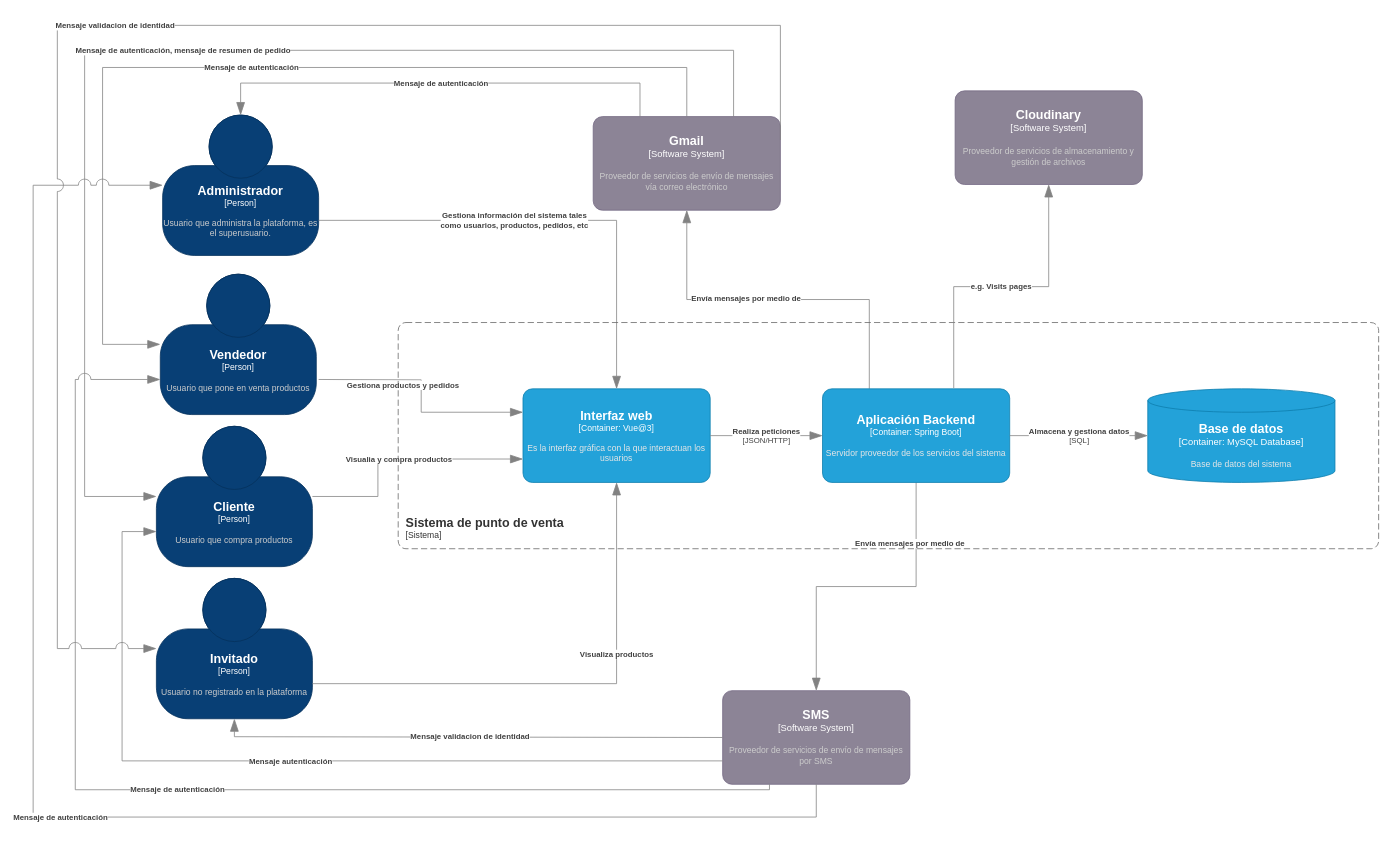
Above: page "Contenedores" (2 of 5) of Diagrama/c4CarsiShop.drawio in EmilianoChofis/c4CarsiShop (draw.io), before the change. Source tidied: cells renumbered, new cells numbered last; positions are measured from the earlier drawing's top-left corner, leaving out a move shared by most shapes. Both pictures are drawn from the tidied source at 78%, with x=0, y=0 at pixel (33, 25).
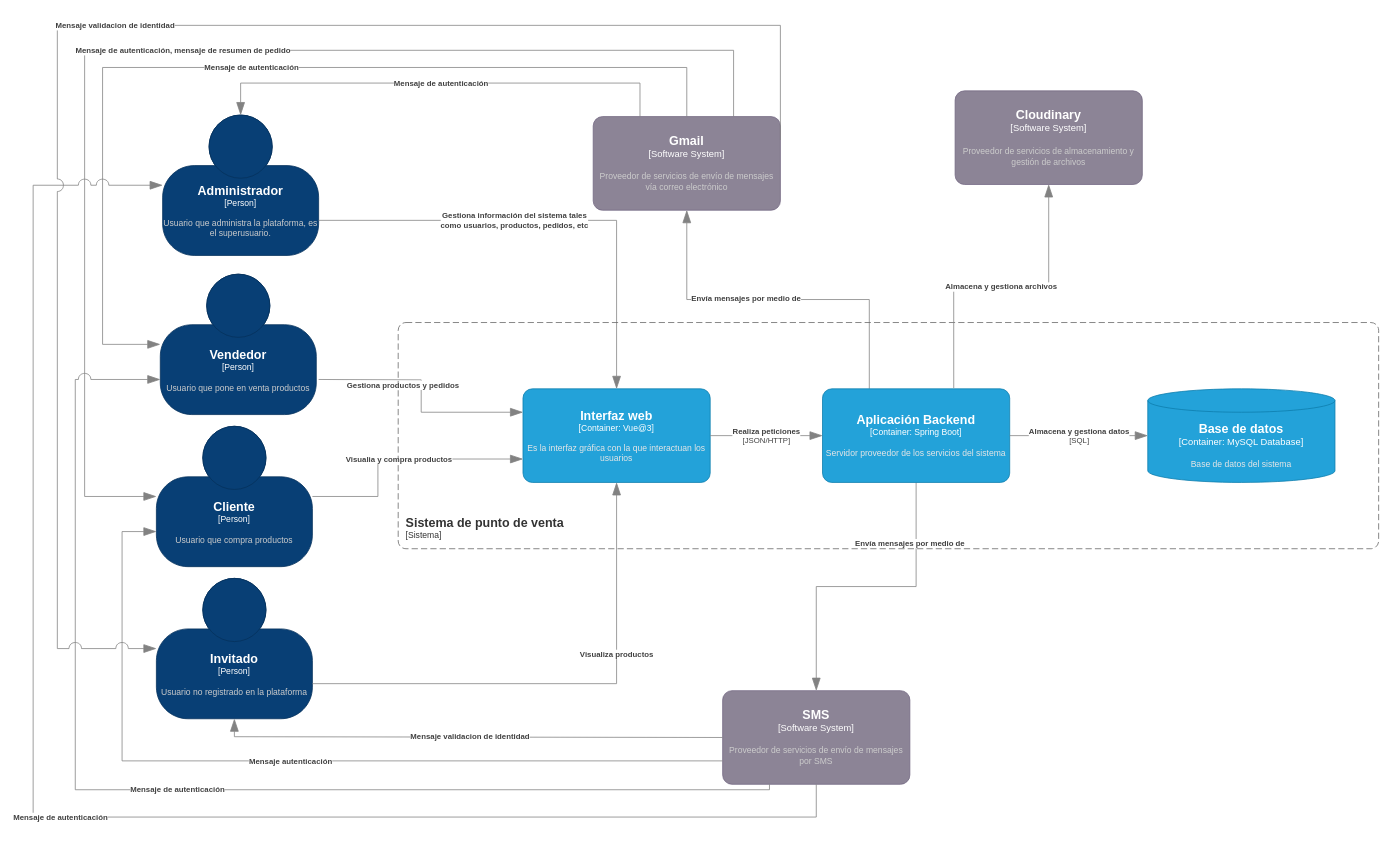
Above is the later version.

Unchanged cells that the change refers to:
```xml
<object id="7" label="&lt;font style=&quot;font-size: 16px&quot;&gt;&lt;b&gt;%c4Name%&lt;/b&gt;&lt;/font&gt;&lt;div&gt;[%c4Type%]&lt;/div&gt;&lt;br&gt;&lt;div&gt;&lt;font style=&quot;font-size: 11px&quot;&gt;&lt;font color=&quot;#cccccc&quot;&gt;%c4Description%&lt;/font&gt;&lt;/div&gt;" c4Description="Proveedor de servicios de almacenamiento y gestión de archivos" c4Name="Cloudinary" c4Type="Software System" placeholders="1">
  <mxCell style="rounded=1;whiteSpace=wrap;html=1;labelBackgroundColor=none;fillColor=#8C8496;fontColor=#ffffff;align=center;arcSize=10;strokeColor=#736782;points=[[0.25,0,0],[0.5,0,0],[0.75,0,0],[1,0.25,0],[1,0.5,0],[1,0.75,0],[0.75,1,0],[0.5,1,0],[0.25,1,0],[0,0.75,0],[0,0.5,0],[0,0.25,0]];" parent="1" vertex="1">
    <mxGeometry x="1182" y="84" width="240" height="120" as="geometry" />
  </mxCell>
</object>
<object id="26" label="&lt;font style=&quot;font-size: 16px&quot;&gt;&lt;b&gt;%c4Name%&lt;/b&gt;&lt;/font&gt;&lt;div&gt;[%c4Type%: %c4Technology%]&lt;/div&gt;&lt;br&gt;&lt;div&gt;&lt;font style=&quot;font-size: 11px&quot;&gt;&lt;font color=&quot;#E6E6E6&quot;&gt;%c4Description%&lt;/font&gt;&lt;/div&gt;" c4Description="Servidor proveedor de los servicios del sistema" c4Name="Aplicación Backend" c4Technology="Spring Boot" c4Type="Container" placeholders="1">
  <mxCell style="rounded=1;whiteSpace=wrap;html=1;fontSize=11;labelBackgroundColor=none;fillColor=#23A2D9;fontColor=#ffffff;align=center;arcSize=10;strokeColor=#0E7DAD;points=[[0.25,0,0],[0.5,0,0],[0.75,0,0],[1,0.25,0],[1,0.5,0],[1,0.75,0],[0.75,1,0],[0.5,1,0],[0.25,1,0],[0,0.75,0],[0,0.5,0],[0,0.25,0]];" parent="1" vertex="1">
    <mxGeometry x="1012" y="466" width="240" height="120" as="geometry" />
  </mxCell>
</object>
```

Change to the diagram source:
```diff
@@
-    <object id="29" label="&lt;div style=&quot;text-align: left&quot;&gt;&lt;div style=&quot;text-align: center&quot;&gt;&lt;b&gt;%c4Description%&lt;/b&gt;&lt;/div&gt;" c4Description="e.g. Visits pages" placeholders="1">
+    <object id="29" label="&lt;div style=&quot;text-align: left&quot;&gt;&lt;div style=&quot;text-align: center&quot;&gt;&lt;b&gt;%c4Description%&lt;/b&gt;&lt;/div&gt;" c4Description="Almacena y gestiona archivos" placeholders="1">
       <mxCell style="endArrow=blockThin;html=1;fontSize=10;fontColor=#404040;strokeWidth=1;endFill=1;strokeColor=#828282;elbow=vertical;endSize=14;startSize=14;jumpStyle=arc;jumpSize=16;rounded=0;edgeStyle=orthogonalEdgeStyle;exitX=0.701;exitY=-0.008;exitDx=0;exitDy=0;exitPerimeter=0;entryX=0.5;entryY=1;entryDx=0;entryDy=0;entryPerimeter=0;" parent="1" edge="1" source="26" target="7">
         <mxGeometry relative="1" as="geometry" />
       </mxCell>
     </object>
```
